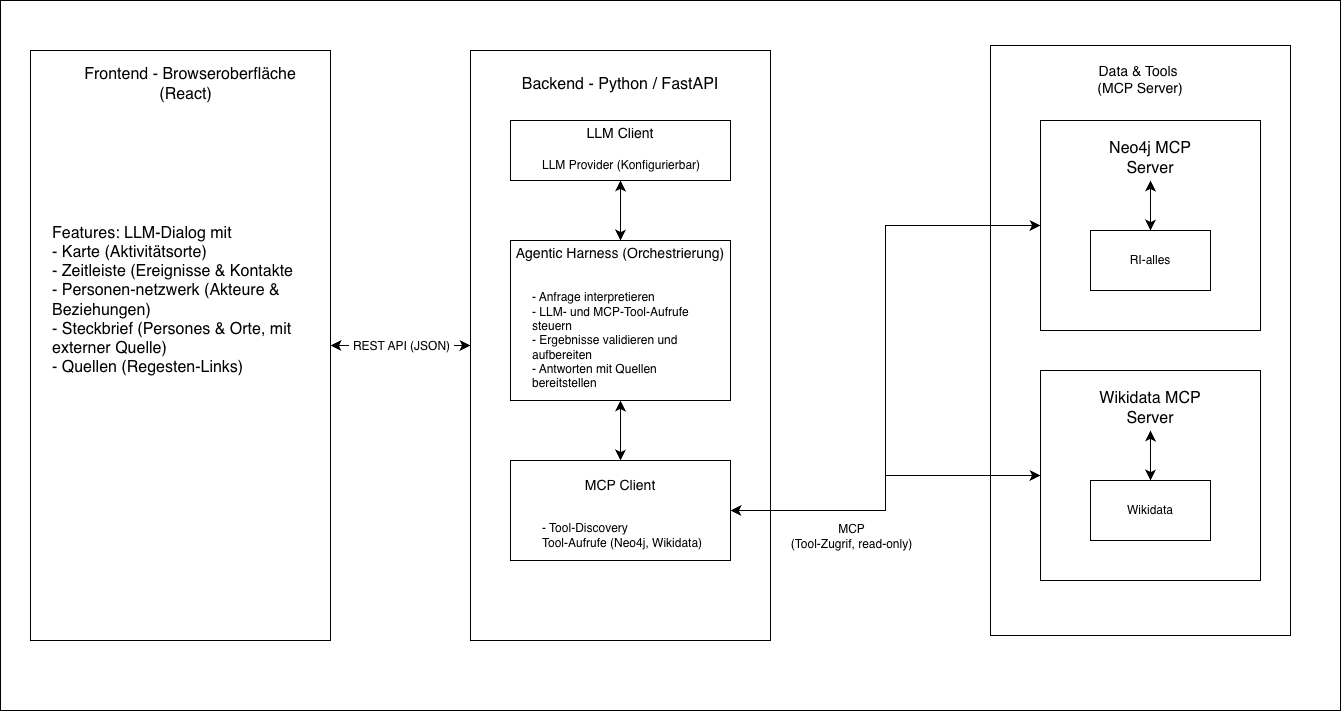
ssvenb/gbs-projekt keeps this draw.io diagram as aufgaben/Aufgabe3_Systemarchitektur/Architecture_Design.drawio.png. Above is the earlier version. Source tidied: cells renumbered, new cells last; positions are measured from the earlier drawing's top-left corner, leaving out a move shared by most shapes.
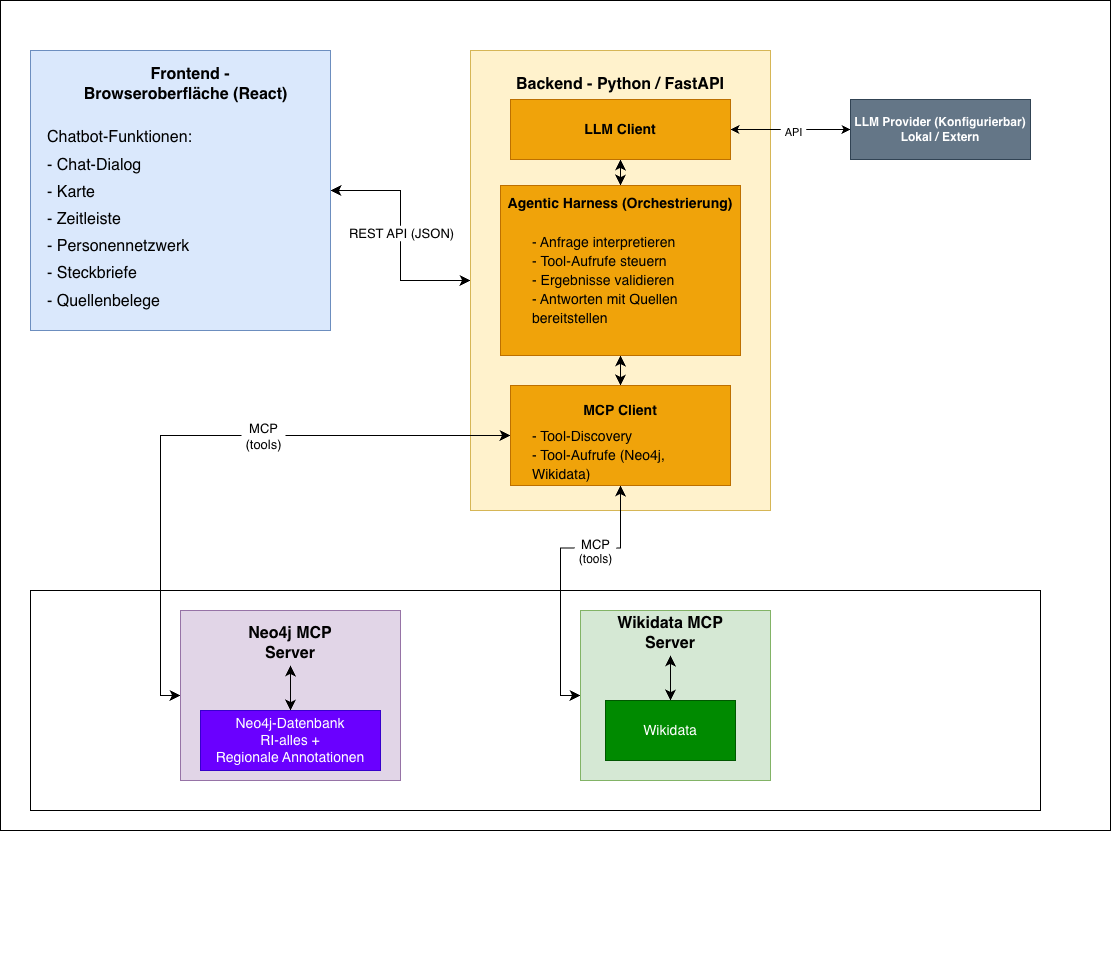
Later version of the same file.

Commit message:
Improve architecture diagram

The edit, as a diff of the source:
```diff
@@ -3,92 +3,104 @@
     <mxCell id="0" />
     <mxCell id="1" parent="0" />
     <mxCell id="2" style="whiteSpace=wrap;html=1;" parent="1" vertex="1">
-      <mxGeometry width="1340" height="710" as="geometry" />
+      <mxGeometry width="1110" height="830" as="geometry" />
     </mxCell>
     <mxCell id="3" value="Data &amp;amp; Tools&amp;nbsp;&lt;div&gt;(MCP Server)&lt;/div&gt;&lt;div&gt;&lt;br&gt;&lt;/div&gt;&lt;div&gt;&lt;br&gt;&lt;/div&gt;&lt;div&gt;&lt;br&gt;&lt;/div&gt;&lt;div&gt;&lt;br&gt;&lt;/div&gt;&lt;div&gt;&lt;br&gt;&lt;/div&gt;&lt;div&gt;&lt;br&gt;&lt;/div&gt;&lt;div&gt;&lt;br&gt;&lt;/div&gt;&lt;div&gt;&lt;br&gt;&lt;/div&gt;&lt;div&gt;&lt;br&gt;&lt;/div&gt;&lt;div&gt;&lt;br&gt;&lt;/div&gt;&lt;div&gt;&lt;br&gt;&lt;/div&gt;&lt;div&gt;&lt;br&gt;&lt;/div&gt;&lt;div&gt;&lt;br&gt;&lt;/div&gt;&lt;div&gt;&lt;br&gt;&lt;/div&gt;&lt;div&gt;&lt;br&gt;&lt;/div&gt;&lt;div&gt;&lt;br&gt;&lt;/div&gt;&lt;div&gt;&lt;br&gt;&lt;/div&gt;&lt;div&gt;&lt;br&gt;&lt;/div&gt;&lt;div&gt;&lt;br&gt;&lt;/div&gt;&lt;div&gt;&lt;br&gt;&lt;/div&gt;&lt;div&gt;&lt;br&gt;&lt;/div&gt;&lt;div&gt;&lt;br&gt;&lt;/div&gt;&lt;div&gt;&lt;br&gt;&lt;/div&gt;&lt;div&gt;&lt;br&gt;&lt;/div&gt;&lt;div&gt;&lt;br&gt;&lt;/div&gt;&lt;div&gt;&lt;br&gt;&lt;/div&gt;&lt;div&gt;&lt;br&gt;&lt;/div&gt;&lt;div&gt;&lt;br&gt;&lt;/div&gt;&lt;div&gt;&lt;br&gt;&lt;/div&gt;&lt;div&gt;&lt;br&gt;&lt;/div&gt;&lt;div&gt;&lt;br&gt;&lt;/div&gt;" style="whiteSpace=wrap;html=1;fontSize=14;" parent="1" vertex="1">
-      <mxGeometry x="990" y="45" width="300" height="590" as="geometry" />
+      <mxGeometry x="30" y="590" width="1010" height="220" as="geometry" />
     </mxCell>
-    <mxCell id="4" style="edgeStyle=none;curved=1;rounded=0;curveGeometry=1;jettySize=auto;html=1;fontSize=12;defaultLabelBackgroundColor=page;labelPadding=0 4;startSize=8;endSize=8;startArrow=classic;startFill=1;" parent="1" edge="1" source="6" target="9">
+    <mxCell id="4" style="edgeStyle=orthogonalEdgeStyle;rounded=0;jettySize=auto;html=1;fontSize=12;defaultLabelBackgroundColor=page;labelPadding=0 4;startSize=8;endSize=8;startArrow=classic;startFill=1;" parent="1" edge="1" source="6" target="9">
       <mxGeometry relative="1" as="geometry" />
     </mxCell>
-    <mxCell id="5" value="REST API (JSON)" style="edgeLabel;html=1;align=center;verticalAlign=middle;inheritText=1;fontSize=12;defaultLabelBackgroundColor=page;labelPadding=0 4;" parent="4" vertex="1">
+    <mxCell id="5" value="&lt;font style=&quot;font-size: 13px;&quot;&gt;REST API (JSON)&lt;/font&gt;" style="edgeLabel;html=1;align=center;verticalAlign=middle;inheritText=1;fontSize=12;defaultLabelBackgroundColor=page;labelPadding=0 4;" parent="4" vertex="1">
       <mxGeometry x="-0.22" y="1" relative="1" as="geometry">
-        <mxPoint x="16" y="1" as="offset" />
+        <mxPoint x="-1" y="23" as="offset" />
       </mxGeometry>
     </mxCell>
-    <mxCell id="6" style="whiteSpace=wrap;html=1;" parent="1" vertex="1">
-      <mxGeometry x="30" y="50" width="300" height="590" as="geometry" />
+    <mxCell id="6" style="whiteSpace=wrap;html=1;fillColor=#dae8fc;strokeColor=#6c8ebf;" parent="1" vertex="1">
+      <mxGeometry x="30" y="50" width="300" height="280" as="geometry" />
     </mxCell>
-    <mxCell id="7" value="Frontend - Browseroberfläche (React)&amp;nbsp;&amp;nbsp;" style="text;html=1;whiteSpace=wrap;strokeColor=none;fillColor=none;align=center;verticalAlign=middle;rounded=0;fontSize=16;" parent="1" vertex="1">
+    <mxCell id="7" value="&lt;b&gt;Frontend - Browseroberfläche (React)&amp;nbsp;&amp;nbsp;&lt;/b&gt;" style="text;html=1;whiteSpace=wrap;strokeColor=none;fillColor=none;align=center;verticalAlign=middle;rounded=0;fontSize=16;" parent="1" vertex="1">
       <mxGeometry x="80" y="69" width="220" height="30" as="geometry" />
     </mxCell>
-    <mxCell id="8" value="Features: LLM-Dialog mit&lt;br&gt;- Karte (Aktivitätsorte)&lt;div&gt;- Zeitleiste (Ereignisse &amp;amp; Kontakte&lt;/div&gt;&lt;div&gt;- Personen-netzwerk&amp;nbsp;&lt;span style=&quot;background-color: transparent; color: light-dark(#000000, var(--ge-light-color, #ffffff));&quot;&gt;(Akteure &amp;amp; Beziehungen)&lt;/span&gt;&lt;/div&gt;&lt;div&gt;- Steckbrief (Persones &amp;amp; Orte, mit externer Quelle)&lt;/div&gt;&lt;div&gt;- Quellen (Regesten-Links)&lt;/div&gt;" style="text;html=1;whiteSpace=wrap;strokeColor=none;fillColor=none;align=left;verticalAlign=middle;rounded=0;fontSize=16;" parent="1" vertex="1">
-      <mxGeometry x="50" y="180" width="270" height="240" as="geometry" />
+    <mxCell id="8" value="&lt;div style=&quot;line-height: 70%;&quot;&gt;&lt;p&gt;Chatbot-Funktionen:&amp;nbsp;&lt;/p&gt;&lt;p&gt;&lt;span style=&quot;background-color: transparent; color: light-dark(#000000, var(--ge-light-color, #ffffff));&quot;&gt;- Chat-Dialog&amp;nbsp;&lt;/span&gt;&lt;/p&gt;&lt;p&gt;&lt;span style=&quot;background-color: transparent; color: light-dark(#000000, var(--ge-light-color, #ffffff));&quot;&gt;- Karte&amp;nbsp;&lt;/span&gt;&lt;/p&gt;&lt;p&gt;&lt;span style=&quot;background-color: transparent; color: light-dark(#000000, var(--ge-light-color, #ffffff));&quot;&gt;- Zeitleiste&amp;nbsp;&lt;/span&gt;&lt;/p&gt;&lt;p&gt;&lt;span style=&quot;background-color: transparent; color: light-dark(#000000, var(--ge-light-color, #ffffff));&quot;&gt;- Personennetzwerk&amp;nbsp;&lt;/span&gt;&lt;/p&gt;&lt;p&gt;&lt;span style=&quot;background-color: transparent; color: light-dark(#000000, var(--ge-light-color, #ffffff));&quot;&gt;- Steckbriefe&amp;nbsp;&lt;/span&gt;&lt;/p&gt;&lt;p&gt;&lt;span style=&quot;background-color: transparent; color: light-dark(#000000, var(--ge-light-color, #ffffff));&quot;&gt;- Quellenbelege&lt;/span&gt;&lt;/p&gt;&lt;/div&gt;" style="text;html=1;whiteSpace=wrap;strokeColor=none;fillColor=none;align=left;verticalAlign=middle;rounded=0;fontSize=16;" parent="1" vertex="1">
+      <mxGeometry x="45" y="99" width="270" height="240" as="geometry" />
     </mxCell>
-    <mxCell id="9" style="whiteSpace=wrap;html=1;" parent="1" vertex="1">
-      <mxGeometry x="470" y="50" width="300" height="590" as="geometry" />
+    <mxCell id="9" style="whiteSpace=wrap;html=1;fillColor=#fff2cc;strokeColor=#d6b656;" parent="1" vertex="1">
+      <mxGeometry x="470" y="50" width="300" height="460" as="geometry" />
     </mxCell>
-    <mxCell id="10" value="Backend - Python / FastAPI" style="text;html=1;whiteSpace=wrap;strokeColor=none;fillColor=none;align=center;verticalAlign=middle;rounded=0;fontSize=16;" parent="1" vertex="1">
+    <mxCell id="10" value="&lt;b&gt;Backend - Python / FastAPI&lt;/b&gt;" style="text;html=1;whiteSpace=wrap;strokeColor=none;fillColor=none;align=center;verticalAlign=middle;rounded=0;fontSize=16;" parent="1" vertex="1">
       <mxGeometry x="510" y="69" width="220" height="30" as="geometry" />
     </mxCell>
     <mxCell id="11" style="edgeStyle=none;curved=1;rounded=0;curveGeometry=1;jettySize=auto;html=1;entryX=0.5;entryY=0;entryDx=0;entryDy=0;fontSize=12;defaultLabelBackgroundColor=page;labelPadding=0 4;startSize=8;endSize=8;startArrow=classic;startFill=1;" parent="1" edge="1" source="12" target="14">
       <mxGeometry relative="1" as="geometry" />
     </mxCell>
+    <mxCell id="30" style="edgeStyle=orthogonalEdgeStyle;rounded=0;jettySize=auto;html=1;entryX=0;entryY=0.5;entryDx=0;entryDy=0;defaultLabelBackgroundColor=page;labelPadding=0 4;startArrow=classic;startFill=1;" parent="1" edge="1" source="12" target="34">
+      <mxGeometry relative="1" as="geometry" />
+    </mxCell>
+    <mxCell id="31" value="API" style="edgeLabel;html=1;align=center;verticalAlign=middle;inheritText=1;defaultLabelBackgroundColor=page;labelPadding=0 4;" parent="30" vertex="1">
+      <mxGeometry x="0.03" y="-2" relative="1" as="geometry" />
+    </mxCell>
-    <mxCell id="12" value="LLM Client&lt;div&gt;&lt;br&gt;&lt;/div&gt;&lt;div&gt;&lt;br&gt;&lt;/div&gt;" style="whiteSpace=wrap;html=1;fontSize=14;" parent="1" vertex="1">
-      <mxGeometry x="510" y="120" width="220" height="60" as="geometry" />
+    <mxCell id="12" value="&lt;b&gt;LLM Client&lt;/b&gt;" style="whiteSpace=wrap;html=1;fontSize=14;fillColor=#f0a30a;fontColor=#000000;strokeColor=#BD7000;" parent="1" vertex="1">
+      <mxGeometry x="510" y="99" width="220" height="60" as="geometry" />
     </mxCell>
     <mxCell id="13" style="edgeStyle=none;curved=1;rounded=0;curveGeometry=1;jettySize=auto;html=1;fontSize=12;defaultLabelBackgroundColor=page;labelPadding=0 4;startSize=8;endSize=8;startArrow=classic;startFill=1;" parent="1" edge="1" source="14" target="20">
       <mxGeometry relative="1" as="geometry" />
     </mxCell>
-    <mxCell id="14" value="&lt;div&gt;Agentic Harness (Orchestrierung)&lt;/div&gt;&lt;div&gt;&lt;br&gt;&lt;/div&gt;&lt;div&gt;&lt;br&gt;&lt;/div&gt;&lt;div&gt;&lt;br&gt;&lt;/div&gt;&lt;div&gt;&lt;br&gt;&lt;/div&gt;&lt;div&gt;&lt;br&gt;&lt;/div&gt;&lt;div&gt;&lt;br&gt;&lt;/div&gt;&lt;div&gt;&lt;br&gt;&lt;/div&gt;&lt;div&gt;&lt;br&gt;&lt;/div&gt;" style="whiteSpace=wrap;html=1;fontSize=14;" parent="1" vertex="1">
-      <mxGeometry x="510" y="240" width="220" height="160" as="geometry" />
+    <mxCell id="14" value="&lt;div&gt;&lt;span style=&quot;background-color: transparent; color: light-dark(#000000, var(--ge-light-color, #ffffff));&quot;&gt;&lt;b&gt;Agentic Harness (Orchestrierung)&lt;/b&gt;&lt;/span&gt;&lt;/div&gt;&lt;div&gt;&lt;b&gt;&lt;br&gt;&lt;/b&gt;&lt;/div&gt;&lt;div&gt;&lt;b&gt;&lt;br&gt;&lt;/b&gt;&lt;/div&gt;&lt;div&gt;&lt;b&gt;&lt;br&gt;&lt;/b&gt;&lt;/div&gt;&lt;div&gt;&lt;b&gt;&lt;br&gt;&lt;/b&gt;&lt;/div&gt;&lt;div&gt;&lt;b&gt;&lt;br&gt;&lt;/b&gt;&lt;/div&gt;&lt;div&gt;&lt;b&gt;&lt;br&gt;&lt;/b&gt;&lt;/div&gt;&lt;div&gt;&lt;b&gt;&lt;br&gt;&lt;/b&gt;&lt;/div&gt;&lt;div&gt;&lt;br&gt;&lt;/div&gt;" style="whiteSpace=wrap;html=1;fontSize=14;fillColor=#f0a30a;fontColor=#000000;strokeColor=#BD7000;" parent="1" vertex="1">
+      <mxGeometry x="500" y="185" width="240" height="170" as="geometry" />
     </mxCell>
-    <mxCell id="15" value="&lt;div style=&quot;font-size: 12px;&quot;&gt;- Anfrage interpretieren&lt;/div&gt;&lt;div style=&quot;font-size: 12px;&quot;&gt;-&amp;nbsp;LLM- und MCP-Tool-Aufrufe steuern&lt;/div&gt;&lt;div style=&quot;font-size: 12px;&quot;&gt;- Ergebnisse validieren und aufbereiten&amp;nbsp;&lt;/div&gt;&lt;div style=&quot;font-size: 12px;&quot;&gt;- Antworten mit Quellen bereitstellen&lt;br&gt;&lt;/div&gt;" style="text;html=1;whiteSpace=wrap;strokeColor=none;fillColor=none;align=left;verticalAlign=middle;rounded=0;fontSize=16;" parent="1" vertex="1">
-      <mxGeometry x="530" y="270" width="180" height="140" as="geometry" />
+    <mxCell id="15" value="&lt;div style=&quot;&quot;&gt;&lt;font style=&quot;font-size: 14px;&quot;&gt;- Anfrage interpretieren&lt;/font&gt;&lt;/div&gt;&lt;div style=&quot;&quot;&gt;&lt;font style=&quot;font-size: 14px;&quot;&gt;-&amp;nbsp;Tool-Aufrufe steuern&lt;/font&gt;&lt;/div&gt;&lt;div style=&quot;&quot;&gt;&lt;font style=&quot;font-size: 14px;&quot;&gt;- Ergebnisse validieren&lt;/font&gt;&lt;/div&gt;&lt;div style=&quot;&quot;&gt;&lt;font style=&quot;font-size: 14px;&quot;&gt;- Antworten mit Quellen bereitstellen&lt;/font&gt;&lt;br&gt;&lt;/div&gt;" style="text;html=1;whiteSpace=wrap;strokeColor=none;fillColor=none;align=left;verticalAlign=middle;rounded=0;fontSize=16;" parent="1" vertex="1">
+      <mxGeometry x="530" y="210" width="180" height="140" as="geometry" />
     </mxCell>
-    <mxCell id="16" value="&lt;div style=&quot;font-size: 12px;&quot;&gt;&lt;span style=&quot;text-align: center;&quot;&gt;LLM Provider (Konfigurierbar)&lt;/span&gt;&lt;/div&gt;" style="text;html=1;whiteSpace=wrap;strokeColor=none;fillColor=none;align=left;verticalAlign=middle;rounded=0;fontSize=16;" parent="1" vertex="1">
-      <mxGeometry x="540" y="150" width="180" height="30" as="geometry" />
-    </mxCell>
-    <mxCell id="17" style="edgeStyle=orthogonalEdgeStyle;rounded=0;jettySize=auto;html=1;entryX=0;entryY=0.5;entryDx=0;entryDy=0;fontSize=12;defaultLabelBackgroundColor=page;labelPadding=0 4;startSize=8;endSize=8;" parent="1" edge="1" source="20" target="22">
+    <mxCell id="17" style="edgeStyle=orthogonalEdgeStyle;rounded=0;jettySize=auto;html=1;entryX=0;entryY=0.5;entryDx=0;entryDy=0;fontSize=12;defaultLabelBackgroundColor=page;labelPadding=0 4;startSize=8;endSize=8;startArrow=classic;startFill=1;" parent="1" edge="1" source="20" target="22">
       <mxGeometry relative="1" as="geometry" />
     </mxCell>
+    <mxCell id="32" value="&lt;font style=&quot;font-size: 13px;&quot;&gt;MCP&lt;/font&gt;&lt;div&gt;&lt;span style=&quot;font-size: 13px;&quot;&gt;(tools)&lt;/span&gt;&lt;/div&gt;" style="edgeLabel;html=1;align=center;verticalAlign=middle;inheritText=1;fontSize=12;defaultLabelBackgroundColor=page;labelPadding=0 4;" parent="17" vertex="1">
+      <mxGeometry x="-0.21" relative="1" as="geometry" />
+    </mxCell>
     <mxCell id="18" style="edgeStyle=orthogonalEdgeStyle;rounded=0;jettySize=auto;html=1;entryX=0;entryY=0.5;entryDx=0;entryDy=0;fontSize=12;defaultLabelBackgroundColor=page;labelPadding=0 4;startSize=8;endSize=8;startArrow=classic;startFill=1;" parent="1" edge="1" source="20" target="26">
       <mxGeometry relative="1" as="geometry" />
     </mxCell>
-    <mxCell id="19" value="MCP&lt;div&gt;(Tool-Zugrif, read-only)&lt;/div&gt;" style="edgeLabel;html=1;align=center;verticalAlign=middle;inheritText=1;fontSize=12;defaultLabelBackgroundColor=page;labelPadding=0 4;" parent="18" vertex="1">
+    <mxCell id="19" value="&lt;font style=&quot;font-size: 13px;&quot;&gt;MCP&lt;/font&gt;&lt;div&gt;(tools)&lt;/div&gt;" style="edgeLabel;html=1;align=center;verticalAlign=middle;inheritText=1;fontSize=12;defaultLabelBackgroundColor=page;labelPadding=0 4;" parent="18" vertex="1">
       <mxGeometry x="-0.52" y="-2" relative="1" as="geometry">
-        <mxPoint x="37" y="23" as="offset" />
+        <mxPoint x="-18" y="5" as="offset" />
       </mxGeometry>
     </mxCell>
-    <mxCell id="20" value="&lt;div&gt;MCP Client&lt;/div&gt;&lt;div&gt;&lt;br&gt;&lt;/div&gt;&lt;div&gt;&lt;br&gt;&lt;/div&gt;&lt;div&gt;&lt;br&gt;&lt;/div&gt;" style="whiteSpace=wrap;html=1;fontSize=14;" parent="1" vertex="1">
-      <mxGeometry x="510" y="460" width="220" height="100" as="geometry" />
+    <mxCell id="20" value="&lt;div&gt;&lt;b&gt;MCP Client&lt;/b&gt;&lt;/div&gt;&lt;div&gt;&lt;b&gt;&lt;br&gt;&lt;/b&gt;&lt;/div&gt;&lt;div&gt;&lt;b&gt;&lt;br&gt;&lt;/b&gt;&lt;/div&gt;&lt;div&gt;&lt;br&gt;&lt;/div&gt;" style="whiteSpace=wrap;html=1;fontSize=14;fillColor=#f0a30a;fontColor=#000000;strokeColor=#BD7000;" parent="1" vertex="1">
+      <mxGeometry x="510" y="385" width="220" height="100" as="geometry" />
     </mxCell>
-    <mxCell id="21" value="&lt;div style=&quot;font-size: 12px;&quot;&gt;&lt;span style=&quot;text-align: center;&quot;&gt;- Tool-Discovery&lt;/span&gt;&lt;/div&gt;&lt;div style=&quot;font-size: 12px;&quot;&gt;&lt;span style=&quot;text-align: center;&quot;&gt;Tool-Aufrufe (Neo4j, Wikidata)&lt;/span&gt;&lt;/div&gt;" style="text;html=1;whiteSpace=wrap;strokeColor=none;fillColor=none;align=left;verticalAlign=middle;rounded=0;fontSize=16;" parent="1" vertex="1">
-      <mxGeometry x="540" y="520" width="180" height="30" as="geometry" />
+    <mxCell id="21" value="&lt;div style=&quot;&quot;&gt;&lt;span style=&quot;text-align: center;&quot;&gt;&lt;font style=&quot;font-size: 14px;&quot;&gt;- Tool-Discovery&lt;/font&gt;&lt;/span&gt;&lt;/div&gt;&lt;div style=&quot;&quot;&gt;&lt;span style=&quot;text-align: center;&quot;&gt;&lt;font style=&quot;font-size: 14px;&quot;&gt;- Tool-Aufrufe (Neo4j, Wikidata)&lt;/font&gt;&lt;/span&gt;&lt;/div&gt;" style="text;html=1;whiteSpace=wrap;strokeColor=none;fillColor=none;align=left;verticalAlign=middle;rounded=0;fontSize=16;" parent="1" vertex="1">
+      <mxGeometry x="530" y="425" width="180" height="60" as="geometry" />
     </mxCell>
-    <mxCell id="22" value="&lt;div&gt;&lt;br&gt;&lt;/div&gt;" style="whiteSpace=wrap;html=1;fontSize=14;" parent="1" vertex="1">
-      <mxGeometry x="1040" y="120" width="220" height="210" as="geometry" />
+    <mxCell id="22" value="&lt;div&gt;&lt;br&gt;&lt;/div&gt;" style="whiteSpace=wrap;html=1;fontSize=14;fillColor=#e1d5e7;strokeColor=#9673a6;" parent="1" vertex="1">
+      <mxGeometry x="180" y="610" width="220" height="170" as="geometry" />
     </mxCell>
-    <mxCell id="23" value="Neo4j MCP Server" style="text;html=1;whiteSpace=wrap;strokeColor=none;fillColor=none;align=center;verticalAlign=middle;rounded=0;fontSize=16;" parent="1" vertex="1">
-      <mxGeometry x="1095" y="135" width="110" height="45" as="geometry" />
+    <mxCell id="23" value="Neo4j MCP Server" style="text;html=1;whiteSpace=wrap;strokeColor=none;fillColor=none;align=center;verticalAlign=middle;rounded=0;fontSize=16;fontStyle=1;" parent="1" vertex="1">
+      <mxGeometry x="235" y="620" width="110" height="45" as="geometry" />
     </mxCell>
     <mxCell id="24" style="edgeStyle=none;curved=1;rounded=0;curveGeometry=1;jettySize=auto;html=1;entryX=0.5;entryY=1;entryDx=0;entryDy=0;fontSize=12;defaultLabelBackgroundColor=page;labelPadding=0 4;startSize=8;endSize=8;startArrow=classic;startFill=1;" parent="1" edge="1" source="25" target="23">
       <mxGeometry relative="1" as="geometry" />
     </mxCell>
+    <mxCell id="33" style="edgeStyle=orthogonalEdgeStyle;rounded=0;jettySize=auto;html=1;defaultLabelBackgroundColor=page;labelPadding=0 4;" parent="1" edge="1" source="25" target="23">
+      <mxGeometry relative="1" as="geometry" />
+    </mxCell>
-    <mxCell id="25" value="RI-alles" style="whiteSpace=wrap;html=1;" parent="1" vertex="1">
-      <mxGeometry x="1090" y="230" width="120" height="60" as="geometry" />
+    <mxCell id="25" value="&lt;div&gt;&lt;font style=&quot;font-size: 14px;&quot;&gt;Neo4j-Datenbank&lt;/font&gt;&lt;/div&gt;&lt;font style=&quot;font-size: 14px;&quot;&gt;RI-alles +&lt;/font&gt;&lt;div&gt;&lt;font style=&quot;font-size: 14px;&quot;&gt;Regionale Annotationen&lt;/font&gt;&lt;/div&gt;" style="whiteSpace=wrap;html=1;fillColor=#6a00ff;fontColor=#ffffff;strokeColor=#3700CC;" parent="1" vertex="1">
+      <mxGeometry x="200" y="710" width="180" height="60" as="geometry" />
     </mxCell>
-    <mxCell id="26" value="&lt;div&gt;&lt;br&gt;&lt;/div&gt;" style="whiteSpace=wrap;html=1;fontSize=14;" parent="1" vertex="1">
-      <mxGeometry x="1040" y="370" width="220" height="210" as="geometry" />
+    <mxCell id="26" value="&lt;div&gt;&lt;br&gt;&lt;/div&gt;" style="whiteSpace=wrap;html=1;fontSize=14;fillColor=#d5e8d4;strokeColor=#82b366;" parent="1" vertex="1">
+      <mxGeometry x="580" y="610" width="190" height="170" as="geometry" />
     </mxCell>
-    <mxCell id="27" value="Wikidata MCP Server" style="text;html=1;whiteSpace=wrap;strokeColor=none;fillColor=none;align=center;verticalAlign=middle;rounded=0;fontSize=16;" parent="1" vertex="1">
-      <mxGeometry x="1095" y="385" width="110" height="45" as="geometry" />
+    <mxCell id="27" value="&lt;b&gt;Wikidata MCP Server&lt;/b&gt;" style="text;html=1;whiteSpace=wrap;strokeColor=none;fillColor=none;align=center;verticalAlign=middle;rounded=0;fontSize=16;" parent="1" vertex="1">
+      <mxGeometry x="615" y="610" width="110" height="45" as="geometry" />
     </mxCell>
     <mxCell id="28" style="edgeStyle=none;curved=1;rounded=0;curveGeometry=1;jettySize=auto;html=1;entryX=0.5;entryY=1;entryDx=0;entryDy=0;fontSize=12;defaultLabelBackgroundColor=page;labelPadding=0 4;startSize=8;endSize=8;startArrow=classic;startFill=1;" parent="1" edge="1" source="29" target="27">
       <mxGeometry relative="1" as="geometry" />
     </mxCell>
-    <mxCell id="29" value="Wikidata" style="whiteSpace=wrap;html=1;" parent="1" vertex="1">
-      <mxGeometry x="1090" y="480" width="120" height="60" as="geometry" />
+    <mxCell id="29" value="&lt;font style=&quot;font-size: 14px;&quot;&gt;Wikidata&lt;/font&gt;" style="whiteSpace=wrap;html=1;fillColor=#008a00;fontColor=#ffffff;strokeColor=#005700;" parent="1" vertex="1">
+      <mxGeometry x="605" y="700" width="130" height="60" as="geometry" />
     </mxCell>
+    <mxCell id="34" value="&lt;b&gt;LLM Provider (Konfigurierbar)&lt;/b&gt;&lt;div&gt;&lt;b&gt;Lokal / Extern&lt;/b&gt;&lt;/div&gt;" style="whiteSpace=wrap;html=1;fillColor=#647687;fontColor=#ffffff;strokeColor=#314354;" parent="1" vertex="1">
+      <mxGeometry x="850" y="99" width="180" height="60" as="geometry" />
+    </mxCell>
   </root>
 </mxGraphModel>
```
